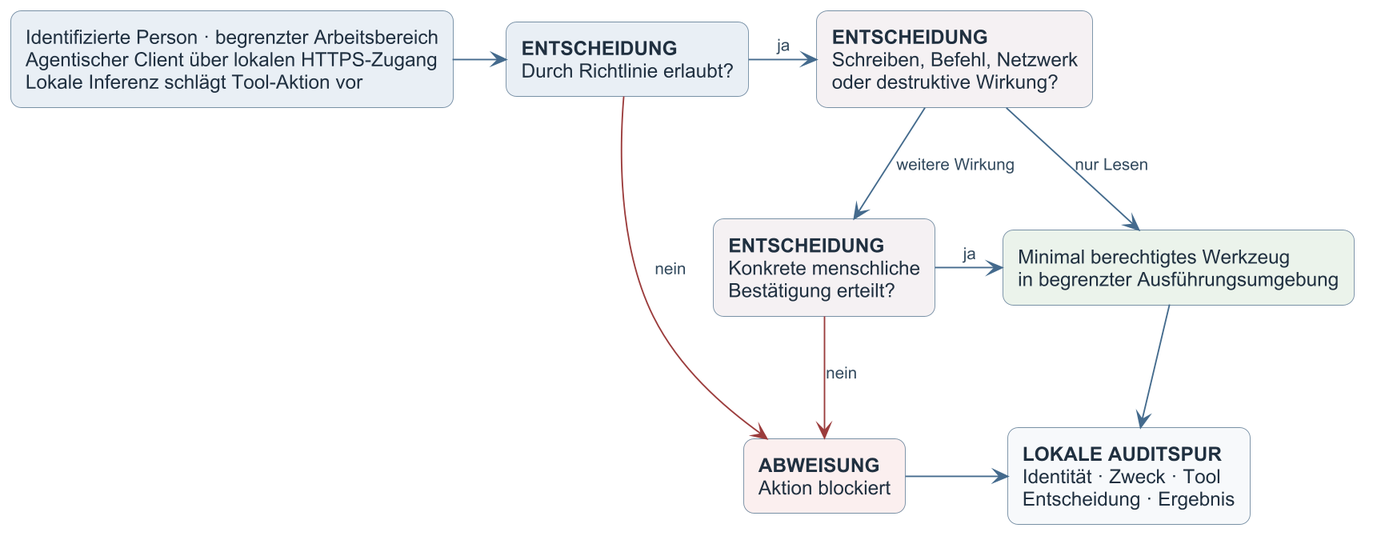
The PlantUML diagram dokumentation/medien/agentische-werkzeugnutzung.png in adrianweidig/allgemeines-ki-it-sicherheitskonzept, before a commit. The source it was exported from:
```plantuml
@startuml
top to bottom direction

skinparam dpi 180
skinparam backgroundColor #FFFFFF
skinparam shadowing false
skinparam roundCorner 14
skinparam defaultFontName Arial
skinparam defaultFontSize 13
skinparam ArrowColor #446B8C
skinparam ArrowFontColor #334A5E
skinparam ArrowFontSize 11
skinparam rectangle {
  BorderColor #7890A5
  BackgroundColor #F7F9FB
  FontColor #203040
}

rectangle "Identifizierte Person · begrenzter Arbeitsbereich\nAgentischer Client über lokalen HTTPS-Zugang\nLokale Inferenz schlägt Tool-Aktion vor" as anfrage #E8EEF5
rectangle "**ENTSCHEIDUNG**\nDurch Richtlinie erlaubt?" as richtlinie #E8EEF5
rectangle "**ENTSCHEIDUNG**\nSchreiben, Befehl, Netzwerk\noder destruktive Wirkung?" as wirkung #F5F1F3
rectangle "**ENTSCHEIDUNG**\nKonkrete menschliche\nBestätigung erteilt?" as bestaetigung #F5F1F3
rectangle "Minimal berechtigtes Werkzeug\nin begrenzter Ausführungsumgebung" as ausfuehrung #EAF2EA
rectangle "**ABWEISUNG**\nAktion blockiert" as blockiert #FBEEEE
rectangle "**LOKALE AUDITSPUR**\nIdentität · Zweck · Tool\nEntscheidung · Ergebnis" as audit

anfrage -right-> richtlinie
richtlinie -right-> wirkung : ja
richtlinie -down[#9B3D3D]-> blockiert : nein
wirkung -down-> bestaetigung : weitere Wirkung
wirkung -down-> ausfuehrung : nur Lesen
bestaetigung -right-> ausfuehrung : ja
bestaetigung -down[#9B3D3D]-> blockiert : nein
ausfuehrung -down-> audit
blockiert -right-> audit

@enduml
```
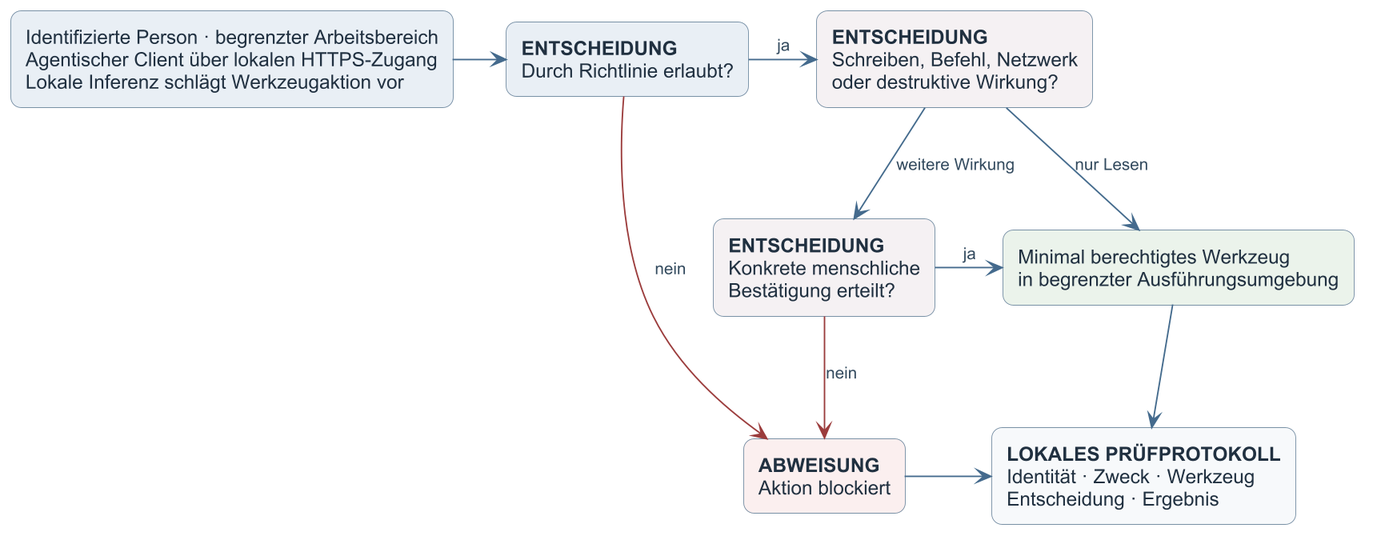
The same diagram one commit later.

Change to the diagram source:
```diff
@@ -16,13 +16,13 @@
   FontColor #203040
 }
 
-rectangle "Identifizierte Person · begrenzter Arbeitsbereich\nAgentischer Client über lokalen HTTPS-Zugang\nLokale Inferenz schlägt Tool-Aktion vor" as anfrage #E8EEF5
+rectangle "Identifizierte Person · begrenzter Arbeitsbereich\nAgentischer Client über lokalen HTTPS-Zugang\nLokale Inferenz schlägt Werkzeugaktion vor" as anfrage #E8EEF5
 rectangle "**ENTSCHEIDUNG**\nDurch Richtlinie erlaubt?" as richtlinie #E8EEF5
 rectangle "**ENTSCHEIDUNG**\nSchreiben, Befehl, Netzwerk\noder destruktive Wirkung?" as wirkung #F5F1F3
 rectangle "**ENTSCHEIDUNG**\nKonkrete menschliche\nBestätigung erteilt?" as bestaetigung #F5F1F3
 rectangle "Minimal berechtigtes Werkzeug\nin begrenzter Ausführungsumgebung" as ausfuehrung #EAF2EA
 rectangle "**ABWEISUNG**\nAktion blockiert" as blockiert #FBEEEE
-rectangle "**LOKALE AUDITSPUR**\nIdentität · Zweck · Tool\nEntscheidung · Ergebnis" as audit
+rectangle "**LOKALES PRÜFPROTOKOLL**\nIdentität · Zweck · Werkzeug\nEntscheidung · Ergebnis" as audit
 
 anfrage -right-> richtlinie
 richtlinie -right-> wirkung : ja
```
